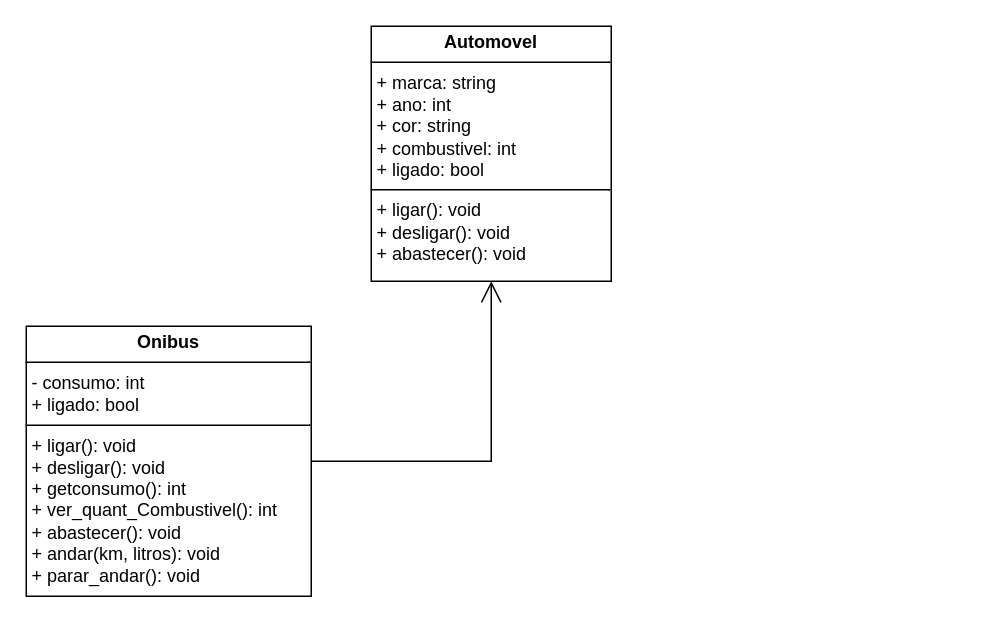
AnnaAngelina/diagramas-de-classe-drawio- keeps this draw.io diagram as Diagrama sem nome.drawio. Above is the earlier version. Source tidied: cells renumbered, new cells numbered last; positions are measured from the earlier drawing's top-left corner, leaving out a move shared by most shapes. Both pictures are drawn from the tidied source at 150%, with x=0, y=0 at pixel (26, 26).
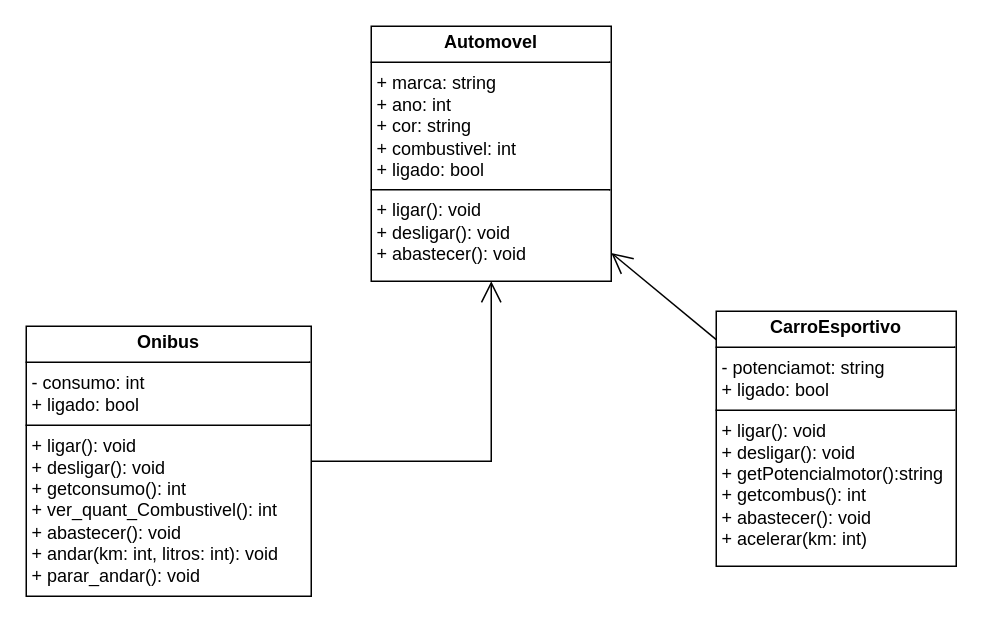
The same diagram, later.

The edit, as a diff of the source:
```diff
@@
 <mxGraphModel>
   <root>
     <mxCell id="0" />
     <mxCell id="1" parent="0" />
     <mxCell id="2" value="&lt;p style=&quot;margin:0px;margin-top:4px;text-align:center;&quot;&gt;&lt;b&gt;Automovel&lt;/b&gt;&lt;/p&gt;&lt;hr size=&quot;1&quot; style=&quot;border-style:solid;&quot;&gt;&lt;p style=&quot;margin:0px;margin-left:4px;&quot;&gt;+ marca: string&lt;/p&gt;&lt;p style=&quot;margin:0px;margin-left:4px;&quot;&gt;+ ano: int&lt;/p&gt;&lt;p style=&quot;margin:0px;margin-left:4px;&quot;&gt;+ cor: string&lt;/p&gt;&lt;p style=&quot;margin:0px;margin-left:4px;&quot;&gt;+ combustivel: int&lt;/p&gt;&lt;p style=&quot;margin:0px;margin-left:4px;&quot;&gt;+ ligado: bool&lt;/p&gt;&lt;hr size=&quot;1&quot; style=&quot;border-style:solid;&quot;&gt;&lt;p style=&quot;margin:0px;margin-left:4px;&quot;&gt;+ ligar(): void&lt;/p&gt;&lt;p style=&quot;margin:0px;margin-left:4px;&quot;&gt;+ desligar(): void&lt;/p&gt;&lt;p style=&quot;margin:0px;margin-left:4px;&quot;&gt;+ abastecer(): void&lt;/p&gt;" style="verticalAlign=top;align=left;overflow=fill;html=1;whiteSpace=wrap;" parent="1" vertex="1">
       <mxGeometry x="230" width="160" height="170" as="geometry" />
     </mxCell>
-    <mxCell id="3" value="&lt;p style=&quot;margin:0px;margin-top:4px;text-align:center;&quot;&gt;&lt;b&gt;Onibus&lt;/b&gt;&lt;/p&gt;&lt;hr size=&quot;1&quot; style=&quot;border-style:solid;&quot;&gt;&lt;p style=&quot;margin:0px;margin-left:4px;&quot;&gt;- consumo: int&lt;/p&gt;&lt;p style=&quot;margin:0px;margin-left:4px;&quot;&gt;+ ligado: bool&lt;/p&gt;&lt;hr size=&quot;1&quot; style=&quot;border-style:solid;&quot;&gt;&lt;p style=&quot;margin:0px;margin-left:4px;&quot;&gt;+ ligar(): void&lt;/p&gt;&lt;p style=&quot;margin:0px;margin-left:4px;&quot;&gt;+ desligar(): void&lt;/p&gt;&lt;p style=&quot;margin:0px;margin-left:4px;&quot;&gt;+ getconsumo(): int&lt;/p&gt;&lt;p style=&quot;margin:0px;margin-left:4px;&quot;&gt;+ ver_quant_Combustivel(): int&lt;/p&gt;&lt;p style=&quot;margin:0px;margin-left:4px;&quot;&gt;+ abastecer(): void&lt;/p&gt;&lt;p style=&quot;margin:0px;margin-left:4px;&quot;&gt;+ andar(km, litros): void&lt;/p&gt;&lt;p style=&quot;margin:0px;margin-left:4px;&quot;&gt;+ parar_andar(): void&lt;/p&gt;" style="verticalAlign=top;align=left;overflow=fill;html=1;whiteSpace=wrap;" parent="1" vertex="1">
+    <mxCell id="3" value="&lt;p style=&quot;margin:0px;margin-top:4px;text-align:center;&quot;&gt;&lt;b&gt;Onibus&lt;/b&gt;&lt;/p&gt;&lt;hr size=&quot;1&quot; style=&quot;border-style:solid;&quot;&gt;&lt;p style=&quot;margin:0px;margin-left:4px;&quot;&gt;- consumo: int&lt;/p&gt;&lt;p style=&quot;margin:0px;margin-left:4px;&quot;&gt;+ ligado: bool&lt;/p&gt;&lt;hr size=&quot;1&quot; style=&quot;border-style:solid;&quot;&gt;&lt;p style=&quot;margin:0px;margin-left:4px;&quot;&gt;+ ligar(): void&lt;/p&gt;&lt;p style=&quot;margin:0px;margin-left:4px;&quot;&gt;+ desligar(): void&lt;/p&gt;&lt;p style=&quot;margin:0px;margin-left:4px;&quot;&gt;+ getconsumo(): int&lt;/p&gt;&lt;p style=&quot;margin:0px;margin-left:4px;&quot;&gt;+ ver_quant_Combustivel(): int&lt;/p&gt;&lt;p style=&quot;margin:0px;margin-left:4px;&quot;&gt;+ abastecer(): void&lt;/p&gt;&lt;p style=&quot;margin:0px;margin-left:4px;&quot;&gt;+ andar(km: int, litros: int): void&lt;/p&gt;&lt;p style=&quot;margin:0px;margin-left:4px;&quot;&gt;+ parar_andar(): void&lt;/p&gt;" style="verticalAlign=top;align=left;overflow=fill;html=1;whiteSpace=wrap;" parent="1" vertex="1">
       <mxGeometry y="200" width="190" height="180" as="geometry" />
     </mxCell>
-    <mxCell id="4" style="endArrow=open;endFill=1;endSize=12;html=1;rounded=0;exitX=1;exitY=0.5;exitDx=0;exitDy=0;entryX=0.5;entryY=1;entryDx=0;entryDy=0;" parent="1" edge="1" source="3" target="2">
+    <mxCell id="4" style="endArrow=open;endFill=1;endSize=12;html=1;rounded=0;" parent="1" edge="1" source="3" target="2">
       <mxGeometry relative="1" as="geometry">
         <Array as="points">
           <mxPoint x="310" y="290" />
         </Array>
       </mxGeometry>
     </mxCell>
+    <mxCell id="5" value="&lt;p style=&quot;margin:0px;margin-top:4px;text-align:center;&quot;&gt;&lt;b&gt;CarroEsportivo&lt;/b&gt;&lt;/p&gt;&lt;hr size=&quot;1&quot; style=&quot;border-style:solid;&quot;&gt;&lt;p style=&quot;margin:0px;margin-left:4px;&quot;&gt;- potenciamot: string&lt;/p&gt;&lt;p style=&quot;margin:0px;margin-left:4px;&quot;&gt;+ ligado: bool&lt;/p&gt;&lt;hr size=&quot;1&quot; style=&quot;border-style:solid;&quot;&gt;&lt;p style=&quot;margin:0px;margin-left:4px;&quot;&gt;+ ligar(): void&lt;/p&gt;&lt;p style=&quot;margin:0px;margin-left:4px;&quot;&gt;+ desligar(): void&lt;/p&gt;&lt;p style=&quot;margin:0px;margin-left:4px;&quot;&gt;+ getPotencialmotor():string&lt;/p&gt;&lt;p style=&quot;margin:0px;margin-left:4px;&quot;&gt;+ getcombus(): int&lt;/p&gt;&lt;p style=&quot;margin:0px;margin-left:4px;&quot;&gt;+ abastecer(): void&lt;/p&gt;&lt;p style=&quot;margin:0px;margin-left:4px;&quot;&gt;+ acelerar(km: int)&lt;/p&gt;" style="verticalAlign=top;align=left;overflow=fill;html=1;whiteSpace=wrap;" parent="1" vertex="1">
+      <mxGeometry x="460" y="190" width="160" height="170" as="geometry" />
+    </mxCell>
+    <mxCell id="6" style="endArrow=open;endFill=1;endSize=12;html=1;rounded=0;" parent="1" edge="1" source="5" target="2">
+      <mxGeometry relative="1" as="geometry" />
+    </mxCell>
   </root>
 </mxGraphModel>
```
